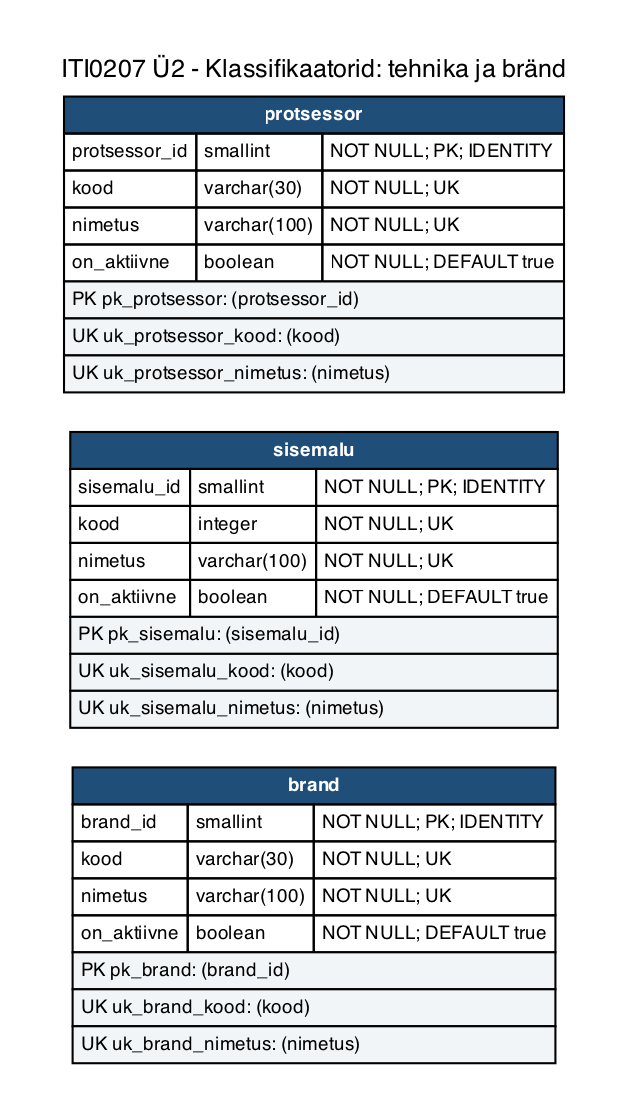
Above: iti0207-epood/docs/diagrams/u2-01d-klassifikaatorid-tehnika.png in tamkivi/andmebaasid-projekt (Graphviz), before the change. Its source is kept beside it as iti0207-epood/docs/diagrams/u2-01d-klassifikaatorid-tehnika.dot.
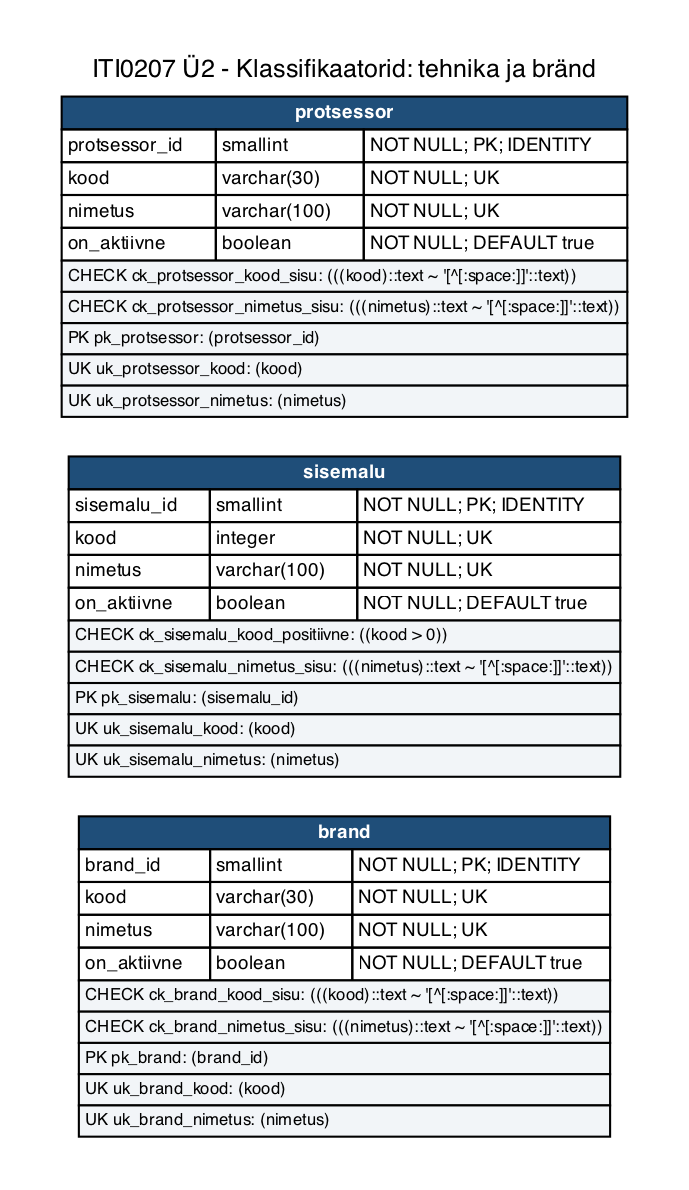
Above is the later version.

What changed in the source:
```diff
@@ -5,9 +5,9 @@
   edge [color="#667788", dir=none, fontsize=8, fontname=Helvetica];
   labelloc="t";
   label="ITI0207 Ü2 - Klassifikaatorid: tehnika ja bränd";
-  "protsessor" [label=<<TABLE BORDER="0" CELLBORDER="1" CELLSPACING="0" CELLPADDING="3"><TR><TD COLSPAN="3" BGCOLOR="#1f4e79"><FONT COLOR="white"><B>protsessor</B></FONT></TD></TR><TR><TD ALIGN="LEFT">protsessor_id</TD><TD ALIGN="LEFT">smallint</TD><TD ALIGN="LEFT">NOT NULL; PK; IDENTITY</TD></TR><TR><TD ALIGN="LEFT">kood</TD><TD ALIGN="LEFT">varchar(30)</TD><TD ALIGN="LEFT">NOT NULL; UK</TD></TR><TR><TD ALIGN="LEFT">nimetus</TD><TD ALIGN="LEFT">varchar(100)</TD><TD ALIGN="LEFT">NOT NULL; UK</TD></TR><TR><TD ALIGN="LEFT">on_aktiivne</TD><TD ALIGN="LEFT">boolean</TD><TD ALIGN="LEFT">NOT NULL; DEFAULT true</TD></TR><TR><TD COLSPAN="3" ALIGN="LEFT" BGCOLOR="#f2f5f8"><FONT POINT-SIZE="9">PK pk_protsessor: (protsessor_id)</FONT></TD></TR><TR><TD COLSPAN="3" ALIGN="LEFT" BGCOLOR="#f2f5f8"><FONT POINT-SIZE="9">UK uk_protsessor_kood: (kood)</FONT></TD></TR><TR><TD COLSPAN="3" ALIGN="LEFT" BGCOLOR="#f2f5f8"><FONT POINT-SIZE="9">UK uk_protsessor_nimetus: (nimetus)</FONT></TD></TR></TABLE>>];
-  "sisemalu" [label=<<TABLE BORDER="0" CELLBORDER="1" CELLSPACING="0" CELLPADDING="3"><TR><TD COLSPAN="3" BGCOLOR="#1f4e79"><FONT COLOR="white"><B>sisemalu</B></FONT></TD></TR><TR><TD ALIGN="LEFT">sisemalu_id</TD><TD ALIGN="LEFT">smallint</TD><TD ALIGN="LEFT">NOT NULL; PK; IDENTITY</TD></TR><TR><TD ALIGN="LEFT">kood</TD><TD ALIGN="LEFT">integer</TD><TD ALIGN="LEFT">NOT NULL; UK</TD></TR><TR><TD ALIGN="LEFT">nimetus</TD><TD ALIGN="LEFT">varchar(100)</TD><TD ALIGN="LEFT">NOT NULL; UK</TD></TR><TR><TD ALIGN="LEFT">on_aktiivne</TD><TD ALIGN="LEFT">boolean</TD><TD ALIGN="LEFT">NOT NULL; DEFAULT true</TD></TR><TR><TD COLSPAN="3" ALIGN="LEFT" BGCOLOR="#f2f5f8"><FONT POINT-SIZE="9">PK pk_sisemalu: (sisemalu_id)</FONT></TD></TR><TR><TD COLSPAN="3" ALIGN="LEFT" BGCOLOR="#f2f5f8"><FONT POINT-SIZE="9">UK uk_sisemalu_kood: (kood)</FONT></TD></TR><TR><TD COLSPAN="3" ALIGN="LEFT" BGCOLOR="#f2f5f8"><FONT POINT-SIZE="9">UK uk_sisemalu_nimetus: (nimetus)</FONT></TD></TR></TABLE>>];
-  "brand" [label=<<TABLE BORDER="0" CELLBORDER="1" CELLSPACING="0" CELLPADDING="3"><TR><TD COLSPAN="3" BGCOLOR="#1f4e79"><FONT COLOR="white"><B>brand</B></FONT></TD></TR><TR><TD ALIGN="LEFT">brand_id</TD><TD ALIGN="LEFT">smallint</TD><TD ALIGN="LEFT">NOT NULL; PK; IDENTITY</TD></TR><TR><TD ALIGN="LEFT">kood</TD><TD ALIGN="LEFT">varchar(30)</TD><TD ALIGN="LEFT">NOT NULL; UK</TD></TR><TR><TD ALIGN="LEFT">nimetus</TD><TD ALIGN="LEFT">varchar(100)</TD><TD ALIGN="LEFT">NOT NULL; UK</TD></TR><TR><TD ALIGN="LEFT">on_aktiivne</TD><TD ALIGN="LEFT">boolean</TD><TD ALIGN="LEFT">NOT NULL; DEFAULT true</TD></TR><TR><TD COLSPAN="3" ALIGN="LEFT" BGCOLOR="#f2f5f8"><FONT POINT-SIZE="9">PK pk_brand: (brand_id)</FONT></TD></TR><TR><TD COLSPAN="3" ALIGN="LEFT" BGCOLOR="#f2f5f8"><FONT POINT-SIZE="9">UK uk_brand_kood: (kood)</FONT></TD></TR><TR><TD COLSPAN="3" ALIGN="LEFT" BGCOLOR="#f2f5f8"><FONT POINT-SIZE="9">UK uk_brand_nimetus: (nimetus)</FONT></TD></TR></TABLE>>];
+  "protsessor" [label=<<TABLE BORDER="0" CELLBORDER="1" CELLSPACING="0" CELLPADDING="2"><TR><TD COLSPAN="3" BGCOLOR="#1f4e79"><FONT COLOR="white"><B>protsessor</B></FONT></TD></TR><TR><TD ALIGN="LEFT">protsessor_id</TD><TD ALIGN="LEFT">smallint</TD><TD ALIGN="LEFT">NOT NULL; PK; IDENTITY</TD></TR><TR><TD ALIGN="LEFT">kood</TD><TD ALIGN="LEFT">varchar(30)</TD><TD ALIGN="LEFT">NOT NULL; UK</TD></TR><TR><TD ALIGN="LEFT">nimetus</TD><TD ALIGN="LEFT">varchar(100)</TD><TD ALIGN="LEFT">NOT NULL; UK</TD></TR><TR><TD ALIGN="LEFT">on_aktiivne</TD><TD ALIGN="LEFT">boolean</TD><TD ALIGN="LEFT">NOT NULL; DEFAULT true</TD></TR><TR><TD COLSPAN="3" ALIGN="LEFT" BGCOLOR="#f2f5f8"><FONT POINT-SIZE="8">CHECK ck_protsessor_kood_sisu: (((kood)::text ~ &#x27;[^[:space:]]&#x27;::text))</FONT></TD></TR><TR><TD COLSPAN="3" ALIGN="LEFT" BGCOLOR="#f2f5f8"><FONT POINT-SIZE="8">CHECK ck_protsessor_nimetus_sisu: (((nimetus)::text ~ &#x27;[^[:space:]]&#x27;::text))</FONT></TD></TR><TR><TD COLSPAN="3" ALIGN="LEFT" BGCOLOR="#f2f5f8"><FONT POINT-SIZE="8">PK pk_protsessor: (protsessor_id)</FONT></TD></TR><TR><TD COLSPAN="3" ALIGN="LEFT" BGCOLOR="#f2f5f8"><FONT POINT-SIZE="8">UK uk_protsessor_kood: (kood)</FONT></TD></TR><TR><TD COLSPAN="3" ALIGN="LEFT" BGCOLOR="#f2f5f8"><FONT POINT-SIZE="8">UK uk_protsessor_nimetus: (nimetus)</FONT></TD></TR></TABLE>>];
+  "sisemalu" [label=<<TABLE BORDER="0" CELLBORDER="1" CELLSPACING="0" CELLPADDING="2"><TR><TD COLSPAN="3" BGCOLOR="#1f4e79"><FONT COLOR="white"><B>sisemalu</B></FONT></TD></TR><TR><TD ALIGN="LEFT">sisemalu_id</TD><TD ALIGN="LEFT">smallint</TD><TD ALIGN="LEFT">NOT NULL; PK; IDENTITY</TD></TR><TR><TD ALIGN="LEFT">kood</TD><TD ALIGN="LEFT">integer</TD><TD ALIGN="LEFT">NOT NULL; UK</TD></TR><TR><TD ALIGN="LEFT">nimetus</TD><TD ALIGN="LEFT">varchar(100)</TD><TD ALIGN="LEFT">NOT NULL; UK</TD></TR><TR><TD ALIGN="LEFT">on_aktiivne</TD><TD ALIGN="LEFT">boolean</TD><TD ALIGN="LEFT">NOT NULL; DEFAULT true</TD></TR><TR><TD COLSPAN="3" ALIGN="LEFT" BGCOLOR="#f2f5f8"><FONT POINT-SIZE="8">CHECK ck_sisemalu_kood_positiivne: ((kood &gt; 0))</FONT></TD></TR><TR><TD COLSPAN="3" ALIGN="LEFT" BGCOLOR="#f2f5f8"><FONT POINT-SIZE="8">CHECK ck_sisemalu_nimetus_sisu: (((nimetus)::text ~ &#x27;[^[:space:]]&#x27;::text))</FONT></TD></TR><TR><TD COLSPAN="3" ALIGN="LEFT" BGCOLOR="#f2f5f8"><FONT POINT-SIZE="8">PK pk_sisemalu: (sisemalu_id)</FONT></TD></TR><TR><TD COLSPAN="3" ALIGN="LEFT" BGCOLOR="#f2f5f8"><FONT POINT-SIZE="8">UK uk_sisemalu_kood: (kood)</FONT></TD></TR><TR><TD COLSPAN="3" ALIGN="LEFT" BGCOLOR="#f2f5f8"><FONT POINT-SIZE="8">UK uk_sisemalu_nimetus: (nimetus)</FONT></TD></TR></TABLE>>];
+  "brand" [label=<<TABLE BORDER="0" CELLBORDER="1" CELLSPACING="0" CELLPADDING="2"><TR><TD COLSPAN="3" BGCOLOR="#1f4e79"><FONT COLOR="white"><B>brand</B></FONT></TD></TR><TR><TD ALIGN="LEFT">brand_id</TD><TD ALIGN="LEFT">smallint</TD><TD ALIGN="LEFT">NOT NULL; PK; IDENTITY</TD></TR><TR><TD ALIGN="LEFT">kood</TD><TD ALIGN="LEFT">varchar(30)</TD><TD ALIGN="LEFT">NOT NULL; UK</TD></TR><TR><TD ALIGN="LEFT">nimetus</TD><TD ALIGN="LEFT">varchar(100)</TD><TD ALIGN="LEFT">NOT NULL; UK</TD></TR><TR><TD ALIGN="LEFT">on_aktiivne</TD><TD ALIGN="LEFT">boolean</TD><TD ALIGN="LEFT">NOT NULL; DEFAULT true</TD></TR><TR><TD COLSPAN="3" ALIGN="LEFT" BGCOLOR="#f2f5f8"><FONT POINT-SIZE="8">CHECK ck_brand_kood_sisu: (((kood)::text ~ &#x27;[^[:space:]]&#x27;::text))</FONT></TD></TR><TR><TD COLSPAN="3" ALIGN="LEFT" BGCOLOR="#f2f5f8"><FONT POINT-SIZE="8">CHECK ck_brand_nimetus_sisu: (((nimetus)::text ~ &#x27;[^[:space:]]&#x27;::text))</FONT></TD></TR><TR><TD COLSPAN="3" ALIGN="LEFT" BGCOLOR="#f2f5f8"><FONT POINT-SIZE="8">PK pk_brand: (brand_id)</FONT></TD></TR><TR><TD COLSPAN="3" ALIGN="LEFT" BGCOLOR="#f2f5f8"><FONT POINT-SIZE="8">UK uk_brand_kood: (kood)</FONT></TD></TR><TR><TD COLSPAN="3" ALIGN="LEFT" BGCOLOR="#f2f5f8"><FONT POINT-SIZE="8">UK uk_brand_nimetus: (nimetus)</FONT></TD></TR></TABLE>>];
   "protsessor" -> "sisemalu" [style=invis, weight=100];
   "sisemalu" -> "brand" [style=invis, weight=100];
 }
```
